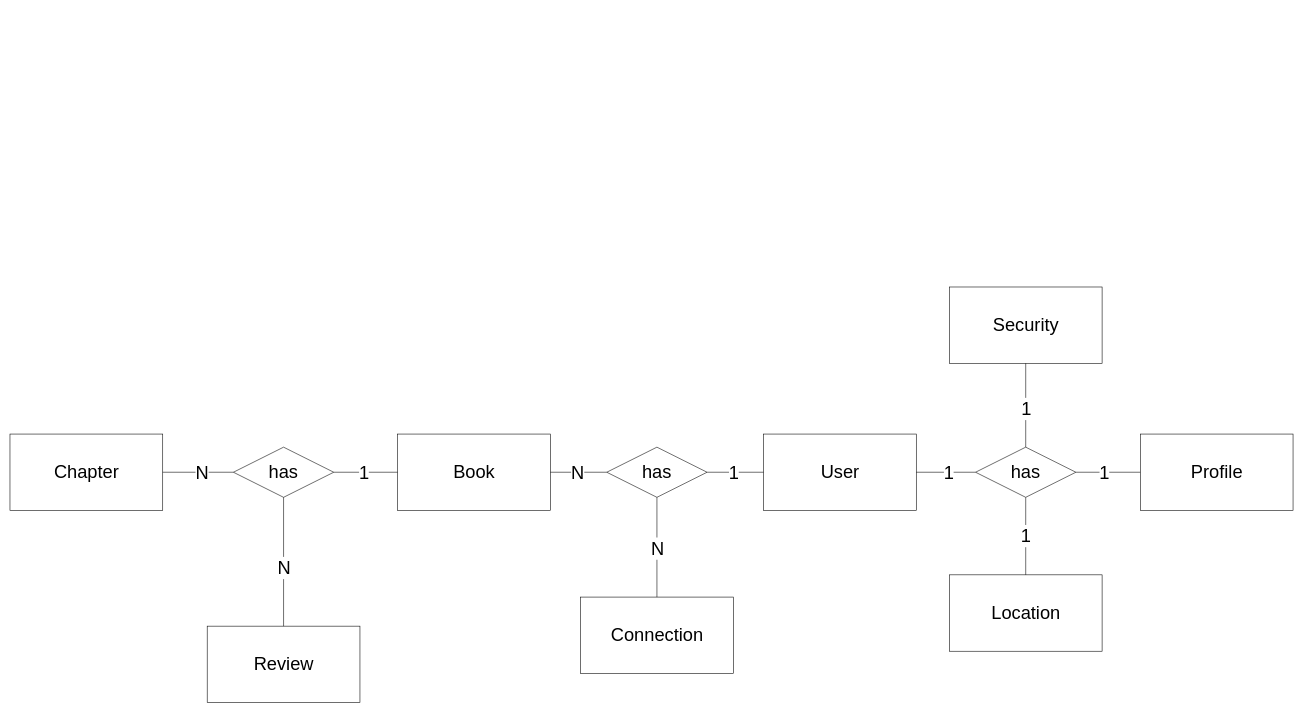
Above: docs/er-diagrams/db.drawio in MEISI-Thesis/thesis-documentation (draw.io), before the change. Source tidied: cells renumbered, new cells numbered last; positions are measured from the earlier drawing's top-left corner, leaving out a move shared by most shapes. Both pictures are drawn from the tidied source at 57%, with x=0, y=0 at pixel (10, 287).
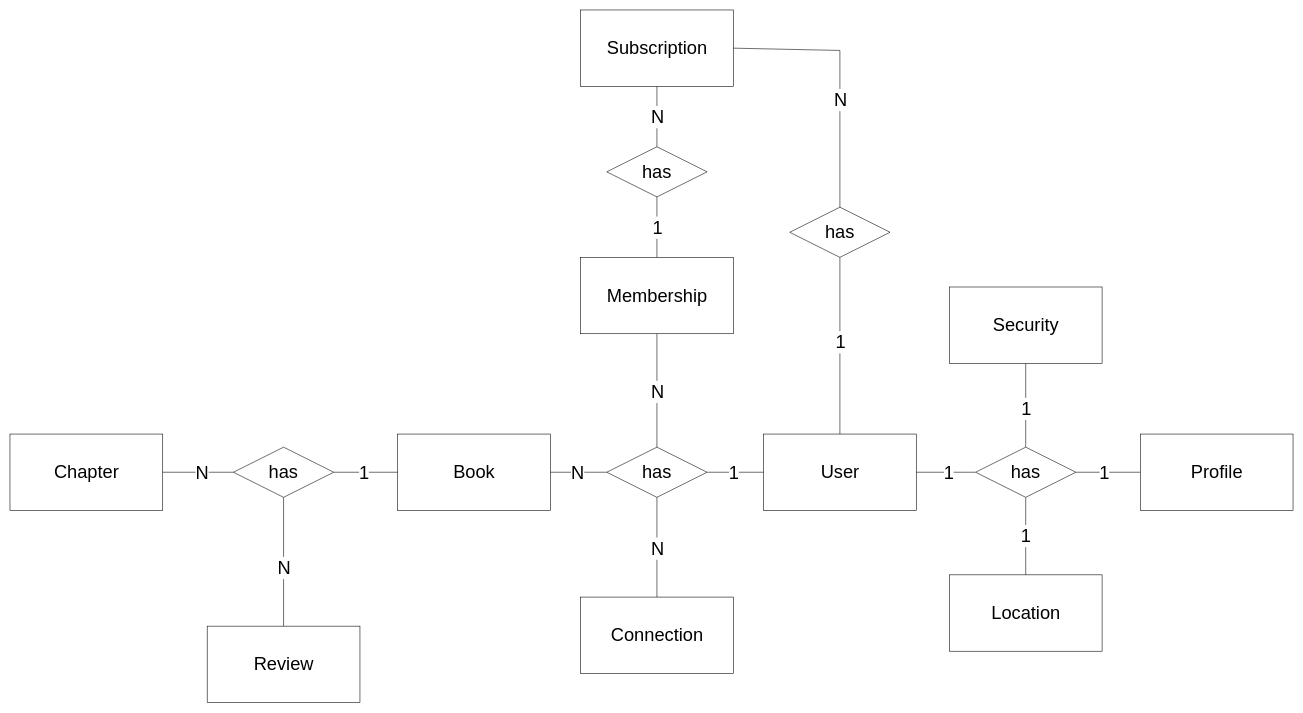
Above is the later version.

The change refers to these unchanged cells:
```xml
<mxCell id="5" value="User" style="html=1;dashed=0;whitespace=wrap;fontSize=32;" parent="1" vertex="1">
  <mxGeometry x="1322" y="258" width="268" height="134" as="geometry" />
</mxCell>
<mxCell id="16" value="has" style="shape=rhombus;perimeter=rhombusPerimeter;whiteSpace=wrap;html=1;align=center;fontSize=32;" parent="1" vertex="1">
  <mxGeometry x="1047" y="281" width="176" height="88" as="geometry" />
</mxCell>
```

Diff of the diagram source:
```diff
@@
+    <mxCell id="32" value="Membership" style="html=1;dashed=0;whitespace=wrap;fontSize=32;" parent="1" vertex="1">
+      <mxGeometry x="1001" y="-52" width="268" height="134" as="geometry" />
+    </mxCell>
+    <mxCell id="33" style="endArrow=none;html=1;rounded=0;fontSize=32;exitX=0.5;exitY=0;exitDx=0;exitDy=0;entryX=0.5;entryY=1;entryDx=0;entryDy=0;" parent="1" edge="1" source="16" target="32">
+      <mxGeometry relative="1" as="geometry" />
+    </mxCell>
+    <mxCell id="34" value="N" style="edgeLabel;html=1;align=center;verticalAlign=middle;fontSize=32;" parent="33" vertex="1">
+      <mxGeometry x="-0.05" relative="1" as="geometry">
+        <mxPoint y="-3" as="offset" />
+      </mxGeometry>
+    </mxCell>
+    <mxCell id="35" value="Subscription" style="html=1;dashed=0;whitespace=wrap;fontSize=32;" parent="1" vertex="1">
+      <mxGeometry x="1001" y="-486" width="268" height="134" as="geometry" />
+    </mxCell>
+    <mxCell id="36" value="has" style="shape=rhombus;perimeter=rhombusPerimeter;whiteSpace=wrap;html=1;align=center;fontSize=32;" parent="1" vertex="1">
+      <mxGeometry x="1047" y="-246" width="176" height="88" as="geometry" />
+    </mxCell>
+    <mxCell id="37" style="endArrow=none;html=1;rounded=0;fontSize=32;entryX=0.5;entryY=0;entryDx=0;entryDy=0;" parent="1" edge="1" target="32">
+      <mxGeometry relative="1" as="geometry">
+        <mxPoint x="1135" y="-158" as="sourcePoint" />
+      </mxGeometry>
+    </mxCell>
+    <mxCell id="38" value="1" style="edgeLabel;html=1;align=center;verticalAlign=middle;fontSize=32;" parent="37" vertex="1">
+      <mxGeometry x="-0.07" relative="1" as="geometry">
+        <mxPoint y="4" as="offset" />
+      </mxGeometry>
+    </mxCell>
+    <mxCell id="39" style="endArrow=none;html=1;rounded=0;fontSize=32;exitX=0.5;exitY=0;exitDx=0;exitDy=0;entryX=0.5;entryY=1;entryDx=0;entryDy=0;" parent="1" edge="1" source="36" target="35">
+      <mxGeometry relative="1" as="geometry" />
+    </mxCell>
+    <mxCell id="40" value="N" style="edgeLabel;html=1;align=center;verticalAlign=middle;fontSize=32;" parent="39" vertex="1">
+      <mxGeometry x="-0.05" relative="1" as="geometry">
+        <mxPoint y="-3" as="offset" />
+      </mxGeometry>
+    </mxCell>
+    <mxCell id="41" value="has" style="shape=rhombus;perimeter=rhombusPerimeter;whiteSpace=wrap;html=1;align=center;fontSize=32;" parent="1" vertex="1">
+      <mxGeometry x="1368" y="-140" width="176" height="88" as="geometry" />
+    </mxCell>
+    <mxCell id="42" style="endArrow=none;html=1;rounded=0;fontSize=32;entryX=1;entryY=0.5;entryDx=0;entryDy=0;exitX=0.5;exitY=0;exitDx=0;exitDy=0;" parent="1" edge="1" source="41" target="35">
+      <mxGeometry relative="1" as="geometry">
+        <Array as="points">
+          <mxPoint x="1456" y="-415" />
+        </Array>
+      </mxGeometry>
+    </mxCell>
+    <mxCell id="43" value="N" style="edgeLabel;html=1;align=center;verticalAlign=middle;fontSize=32;" parent="42" vertex="1">
+      <mxGeometry x="-0.07" relative="1" as="geometry">
+        <mxPoint y="26" as="offset" />
+      </mxGeometry>
+    </mxCell>
+    <mxCell id="44" style="endArrow=none;html=1;rounded=0;fontSize=32;entryX=0.5;entryY=0;entryDx=0;entryDy=0;exitX=0.5;exitY=1;exitDx=0;exitDy=0;" parent="1" edge="1" source="41" target="5">
+      <mxGeometry relative="1" as="geometry" />
+    </mxCell>
+    <mxCell id="45" value="1" style="edgeLabel;html=1;align=center;verticalAlign=middle;fontSize=32;" parent="44" vertex="1">
+      <mxGeometry x="-0.07" relative="1" as="geometry">
+        <mxPoint y="4" as="offset" />
+      </mxGeometry>
+    </mxCell>
```
